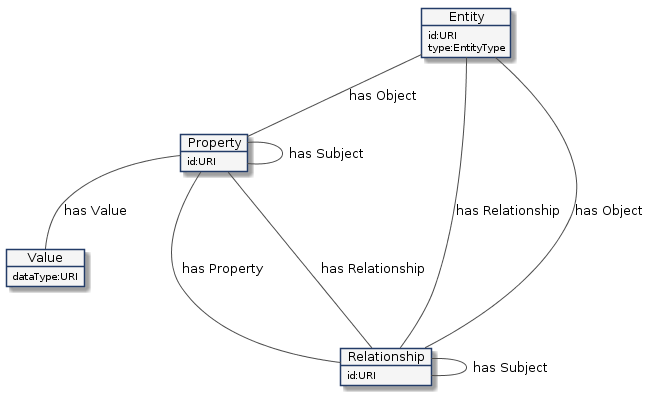
Before: img/ngsi-ld.png, a diagram exported from PlantUML (FIWARE/tutorials.Linked-Data). Its diagram source:
```plantuml
@startuml
skinparam object {
  BackgroundColor #f5f5f5
  ArrowColor #4c4c4c
  BorderColor #233c68
}

object Entity

Entity : id:URI
Entity : type:EntityType

object Value

Value : dataType:URI


object Property

Property : id:URI

object Relationship

Relationship : id:URI


Entity -- Relationship : "has Relationship"
Entity  -- Relationship : "has Object"
Entity  -- Property : "has Object"
Relationship  --- Relationship : "has Subject"
Property  --  Value : "has Value"
Property ---  Relationship : "has Property"
Property ---  Relationship : "has Relationship"
Property  ---   Property : "has Subject"
@enduml
```
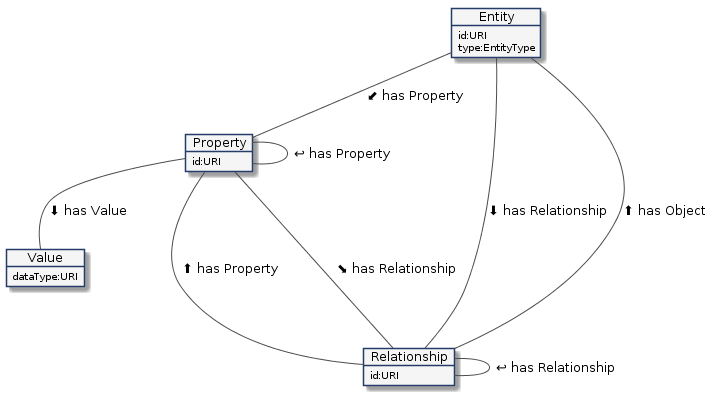
Later version of the same file.

Commit message:
Amend diagram, add arrows

Diff of the diagram source:
```diff
@@ -24,12 +24,12 @@
 Relationship : id:URI
 
 
-Entity -- Relationship : "has Relationship"
-Entity  -- Relationship : "has Object"
-Entity  -- Property : "has Object"
-Relationship  --- Relationship : "has Subject"
-Property  --  Value : "has Value"
-Property ---  Relationship : "has Property"
-Property ---  Relationship : "has Relationship"
-Property  ---   Property : "has Subject"
+Entity -- Relationship : "⬇ has Relationship"
+Entity  -- Relationship : "⬆ has Object"
+Entity  -- Property : "⬋ has Property"
+Relationship  --- Relationship : "↩ has Relationship"
+Property  --  Value : "⬇ has Value"
+Property ---  Relationship : "⬆ has Property"
+Property ---  Relationship : "⬊ has Relationship"
+Property  ---   Property : "↩ has Property"
 @enduml
```
